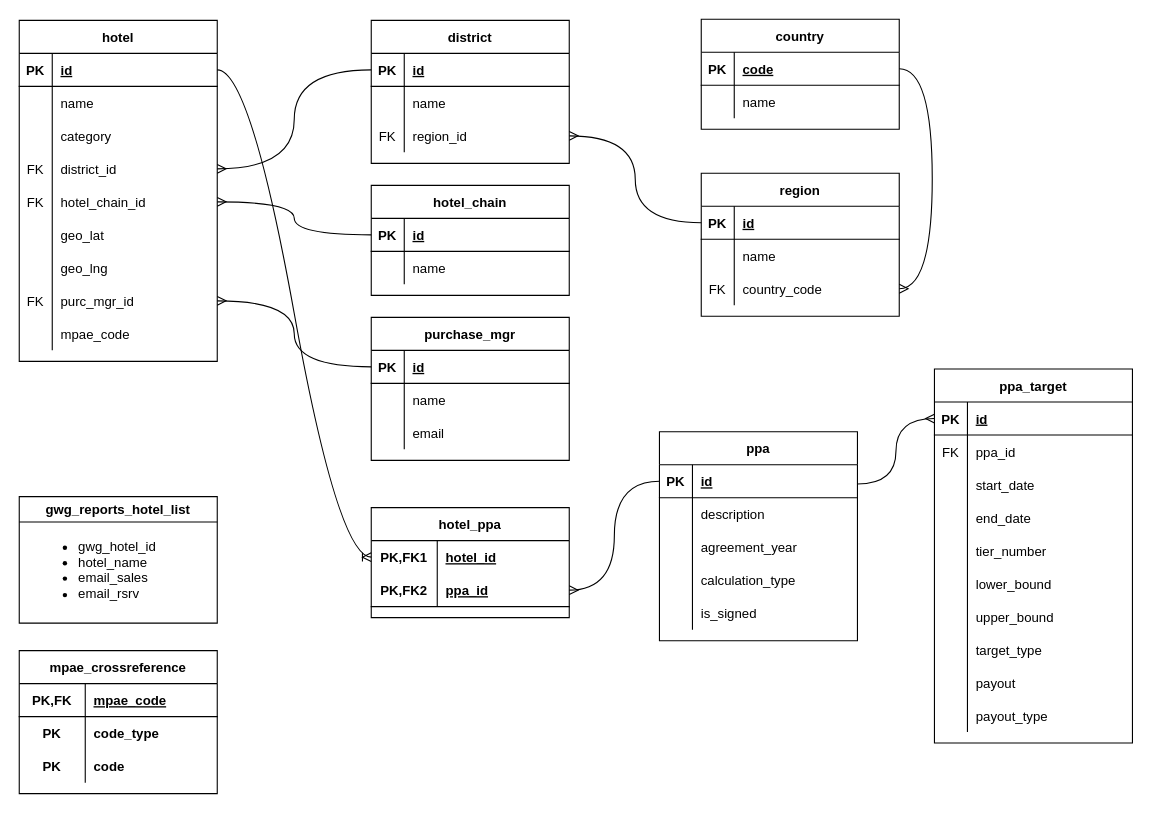
justivan/drawio-diagrams keeps this draw.io diagram as hotels_master_list.drawio. Above is the earlier version. Source tidied: cells renumbered, new cells numbered last; positions are measured from the earlier drawing's top-left corner, leaving out a move shared by most shapes. Both pictures are drawn from the tidied source at 110%, with x=0, y=0 at pixel (19, 19).
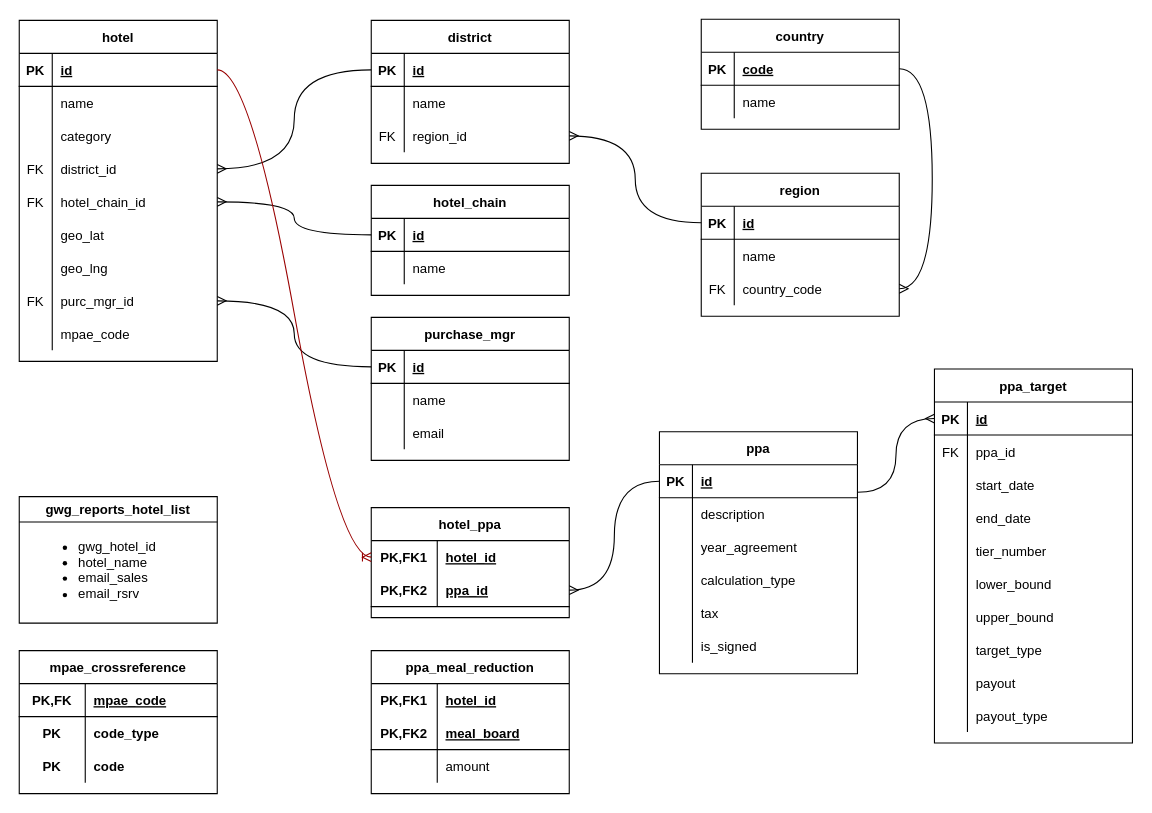
After the change.

Unchanged cells that the change refers to:
```xml
<mxCell id="3" style="shape=tableRow;horizontal=0;startSize=0;swimlaneHead=0;swimlaneBody=0;fillColor=none;points=[[0,0.5],[1,0.5]];portConstraint=eastwest;top=0;left=0;right=0;bottom=1;" parent="2" vertex="1">
  <mxGeometry y="30" width="180" height="30" as="geometry" />
</mxCell>
<mxCell id="93" style="shape=tableRow;horizontal=0;startSize=0;swimlaneHead=0;swimlaneBody=0;fillColor=none;points=[[0,0.5],[1,0.5]];portConstraint=eastwest;top=0;left=0;right=0;bottom=0;" parent="92" vertex="1">
  <mxGeometry y="30" width="180" height="30" as="geometry" />
</mxCell>
<mxCell id="107" style="shape=tableRow;horizontal=0;startSize=0;swimlaneHead=0;swimlaneBody=0;fillColor=none;top=0;left=0;right=0;bottom=0;" parent="100" vertex="1">
  <mxGeometry y="90" width="180" height="30" as="geometry" />
</mxCell>
```

Change to the diagram source:
```diff
@@
     <mxCell id="100" value="ppa" style="shape=table;startSize=30;childLayout=tableLayout;rowLines=0;fontStyle=1;align=center;" parent="1" vertex="1">
-      <mxGeometry x="582" y="375" width="180" height="190" as="geometry" />
+      <mxGeometry x="582" y="375" width="180" height="220" as="geometry" />
     </mxCell>
@@
-    <mxCell id="109" value="agreement_year" style="shape=partialRectangle;fillColor=none;top=0;left=0;bottom=0;right=0;align=left;spacingLeft=6;overflow=hidden;" parent="107" vertex="1">
+    <mxCell id="109" value="year_agreement" style="shape=partialRectangle;fillColor=none;top=0;left=0;bottom=0;right=0;align=left;spacingLeft=6;overflow=hidden;" parent="107" vertex="1">
       <mxGeometry x="30" width="150" height="30" as="geometry" />
     </mxCell>
@@
+    <mxCell id="149" style="shape=tableRow;horizontal=0;startSize=0;swimlaneHead=0;swimlaneBody=0;fillColor=none;top=0;left=0;right=0;bottom=0;" parent="100" vertex="1">
+      <mxGeometry y="150" width="180" height="30" as="geometry" />
+    </mxCell>
+    <mxCell id="150" style="shape=partialRectangle;fillColor=none;top=0;left=0;bottom=0;right=0;overflow=hidden;" parent="149" vertex="1">
+      <mxGeometry width="30" height="30" as="geometry" />
+    </mxCell>
+    <mxCell id="151" value="tax" style="shape=partialRectangle;fillColor=none;top=0;left=0;bottom=0;right=0;align=left;spacingLeft=6;overflow=hidden;" parent="149" vertex="1">
+      <mxGeometry x="30" width="150" height="30" as="geometry" />
+    </mxCell>
     <mxCell id="113" style="shape=tableRow;horizontal=0;startSize=0;swimlaneHead=0;swimlaneBody=0;fillColor=none;top=0;left=0;right=0;bottom=0;" parent="100" vertex="1">
-      <mxGeometry y="150" width="180" height="30" as="geometry" />
+      <mxGeometry y="180" width="180" height="30" as="geometry" />
     </mxCell>
@@
-    <mxCell id="147" style="edgeStyle=entityRelationEdgeStyle;fontSize=12;html=1;endArrow=ERoneToMany;rounded=0;curved=1;exitX=1;exitY=0.5;exitDx=0;exitDy=0;entryX=0;entryY=0.5;entryDx=0;entryDy=0;" parent="1" edge="1" source="3" target="93">
+    <mxCell id="147" style="edgeStyle=entityRelationEdgeStyle;fontSize=12;html=1;endArrow=ERoneToMany;rounded=0;curved=1;exitX=1;exitY=0.5;exitDx=0;exitDy=0;entryX=0;entryY=0.5;entryDx=0;entryDy=0;strokeColor=#990000;" parent="1" edge="1" source="3" target="93">
       <mxGeometry relative="1" as="geometry" />
     </mxCell>
@@
+    <mxCell id="152" value="ppa_meal_reduction" style="shape=table;startSize=30;childLayout=tableLayout;rowLines=0;fontStyle=1;align=center;" parent="1" vertex="1">
+      <mxGeometry x="320" y="574" width="180" height="130" as="geometry" />
+    </mxCell>
+    <mxCell id="153" style="shape=tableRow;horizontal=0;startSize=0;swimlaneHead=0;swimlaneBody=0;fillColor=none;top=0;left=0;right=0;bottom=0;" parent="152" vertex="1">
+      <mxGeometry y="30" width="180" height="30" as="geometry" />
+    </mxCell>
+    <mxCell id="154" value="PK,FK1" style="shape=partialRectangle;fillColor=none;top=0;left=0;bottom=0;right=0;fontStyle=1;overflow=hidden;" parent="153" vertex="1">
+      <mxGeometry width="60" height="30" as="geometry" />
+    </mxCell>
+    <mxCell id="155" value="hotel_id" style="shape=partialRectangle;fillColor=none;top=0;left=0;bottom=0;right=0;align=left;spacingLeft=6;fontStyle=5;overflow=hidden;" parent="153" vertex="1">
+      <mxGeometry x="60" width="120" height="30" as="geometry" />
+    </mxCell>
+    <mxCell id="156" style="shape=tableRow;horizontal=0;startSize=0;swimlaneHead=0;swimlaneBody=0;fillColor=none;top=0;left=0;right=0;bottom=1;" parent="152" vertex="1">
+      <mxGeometry y="60" width="180" height="30" as="geometry" />
+    </mxCell>
+    <mxCell id="157" value="PK,FK2" style="shape=partialRectangle;fillColor=none;top=0;left=0;bottom=0;right=0;fontStyle=1;overflow=hidden;" parent="156" vertex="1">
+      <mxGeometry width="60" height="30" as="geometry" />
+    </mxCell>
+    <mxCell id="158" value="meal_board" style="shape=partialRectangle;fillColor=none;top=0;left=0;bottom=0;right=0;align=left;spacingLeft=6;fontStyle=5;overflow=hidden;" parent="156" vertex="1">
+      <mxGeometry x="60" width="120" height="30" as="geometry" />
+    </mxCell>
+    <mxCell id="159" style="shape=tableRow;horizontal=0;startSize=0;swimlaneHead=0;swimlaneBody=0;fillColor=none;top=0;left=0;right=0;bottom=0;" parent="152" vertex="1">
+      <mxGeometry y="90" width="180" height="30" as="geometry" />
+    </mxCell>
+    <mxCell id="160" style="shape=partialRectangle;fillColor=none;top=0;left=0;bottom=0;right=0;overflow=hidden;" parent="159" vertex="1">
+      <mxGeometry width="60" height="30" as="geometry" />
+    </mxCell>
+    <mxCell id="161" value="amount" style="shape=partialRectangle;fillColor=none;top=0;left=0;bottom=0;right=0;align=left;spacingLeft=6;overflow=hidden;" parent="159" vertex="1">
+      <mxGeometry x="60" width="120" height="30" as="geometry" />
+    </mxCell>
```
